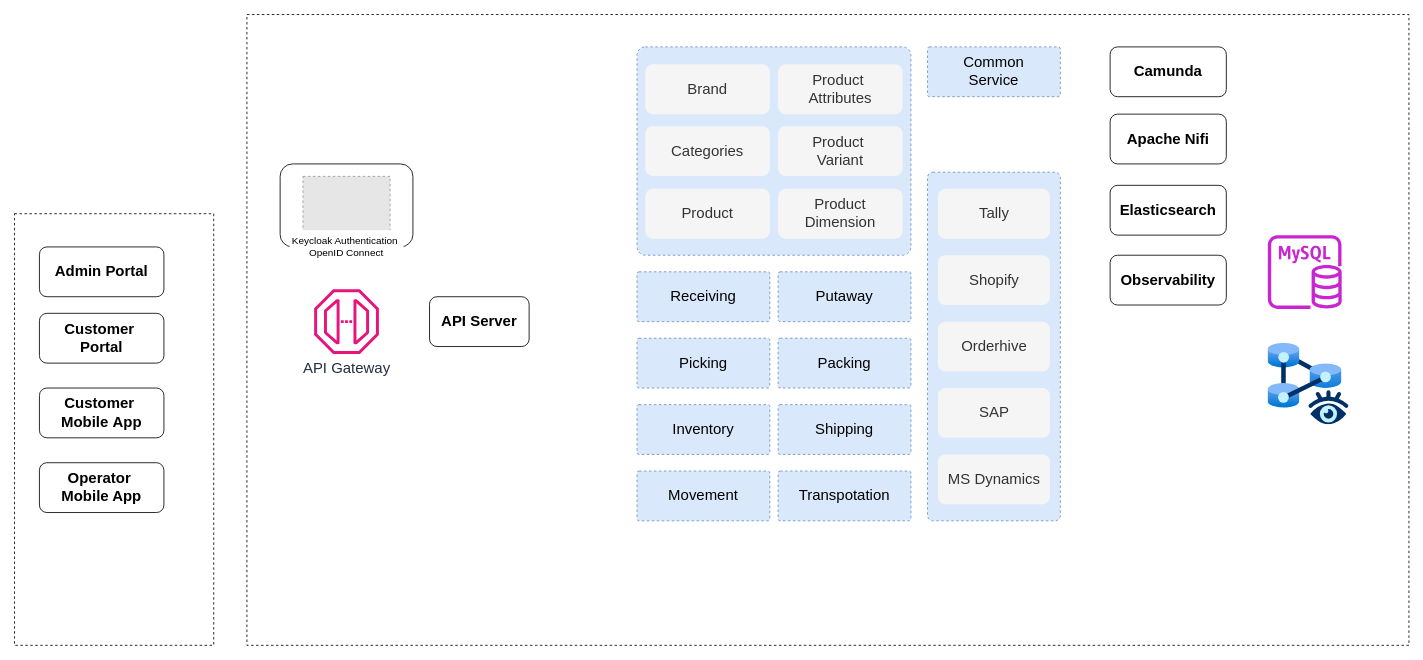
The draw.io diagram diagrams/component_diagram.drawio in deebendukumar/dispatcher, before the edit. Source tidied: cells renumbered, new cells numbered last; positions are measured from the earlier drawing's top-left corner, leaving out a move shared by most shapes. Both pictures are drawn from the tidied source at 83%, with x=0, y=0 at pixel (14, 14). Pictures stored in the file or linked from it are replaced by grey dashed boxes.
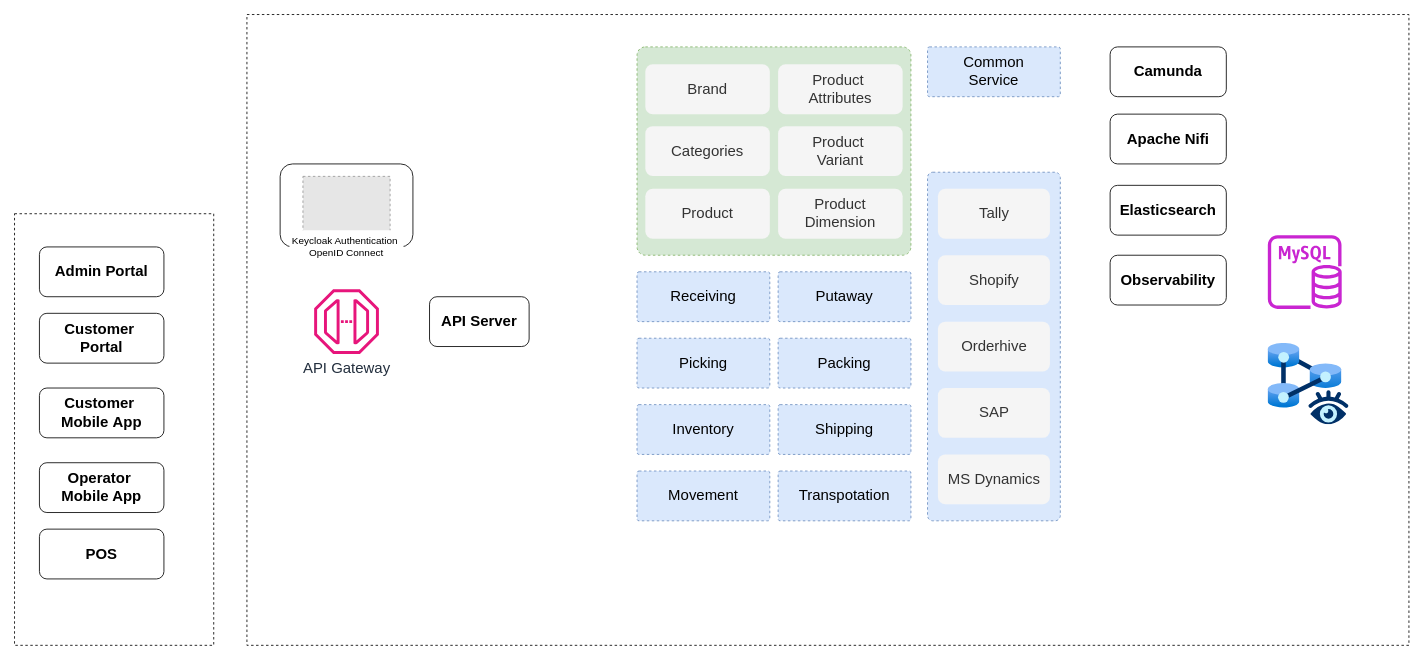
The same page after the edit.

Change to the diagram source:
```diff
@@
-    <mxCell id="10" style="rounded=1;whiteSpace=wrap;html=1;arcSize=4;dashed=1;fillColor=#dae8fc;strokeColor=#6c8ebf;" parent="1" vertex="1">
+    <mxCell id="10" style="rounded=1;whiteSpace=wrap;html=1;arcSize=4;dashed=1;fillColor=#d5e8d4;strokeColor=#82b366;" parent="1" vertex="1">
       <mxGeometry x="750" y="39" width="330" height="251" as="geometry" />
     </mxCell>
@@
+    <mxCell id="42" value="&lt;span style=&quot;font-size: 18px;&quot;&gt;&lt;b&gt;POS&lt;/b&gt;&lt;/span&gt;" style="rounded=1;whiteSpace=wrap;html=1;" parent="1" vertex="1">
+      <mxGeometry x="30" y="620" width="150" height="60" as="geometry" />
+    </mxCell>
```
